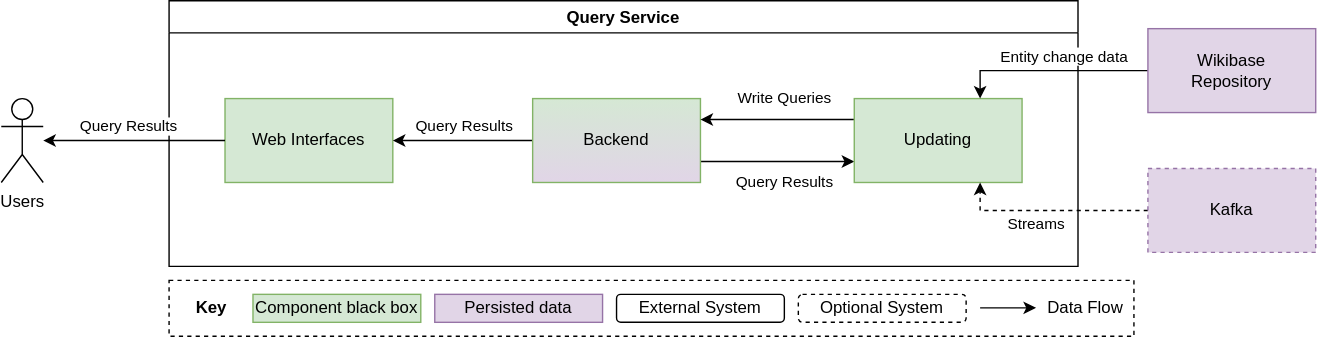
Before: systems/Query/diagrams/05-00-building-blocks.drawio.svg, a diagram exported from draw.io (wmde/wikidata-wikibase-architecture). Source tidied: cells renumbered, new cells last; positions are measured from the earlier drawing's top-left corner, leaving out a move shared by most shapes.
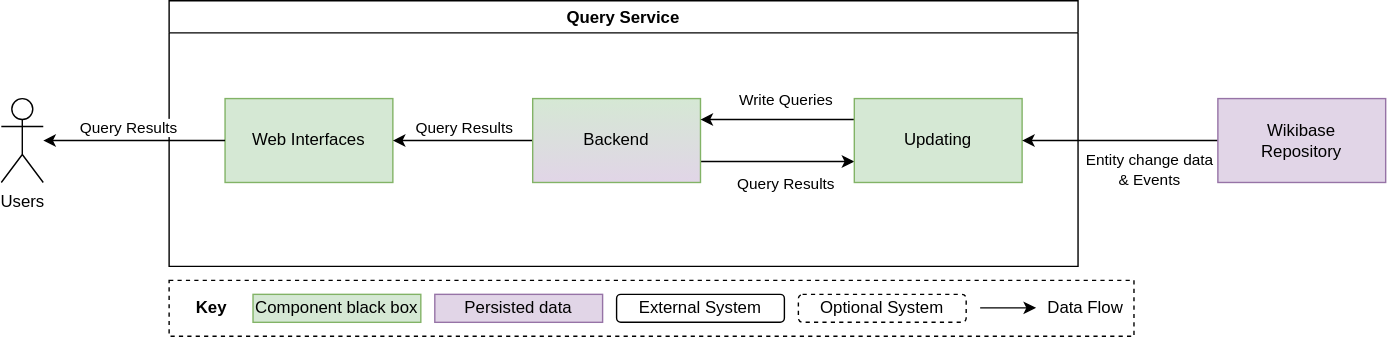
After the commit.

Change to the diagram source:
```diff
@@ -38,31 +38,20 @@
     <mxCell id="11" value="Updating" style="rounded=0;whiteSpace=wrap;html=1;fillColor=#d5e8d4;strokeColor=#82b366;" parent="2" vertex="1">
       <mxGeometry x="490" y="70" width="120" height="60" as="geometry" />
     </mxCell>
-    <mxCell id="12" style="edgeStyle=orthogonalEdgeStyle;rounded=0;jettySize=auto;html=1;entryX=0.75;entryY=0;entryDx=0;entryDy=0;startArrow=none;startFill=0;" parent="1" edge="1" source="14" target="11">
+    <mxCell id="12" style="edgeStyle=orthogonalEdgeStyle;rounded=0;jettySize=auto;html=1;entryX=1;entryY=0.5;entryDx=0;entryDy=0;startArrow=none;startFill=0;" parent="1" edge="1" source="14" target="11">
       <mxGeometry relative="1" as="geometry" />
     </mxCell>
-    <mxCell id="13" value="Entity change data" style="edgeLabel;html=1;align=center;verticalAlign=middle;" parent="12" vertex="1">
+    <mxCell id="13" value="Entity change data&lt;br&gt;&amp;amp; Events" style="edgeLabel;html=1;align=center;verticalAlign=middle;" parent="12" vertex="1">
       <mxGeometry x="0.34" y="-2" relative="1" as="geometry">
-        <mxPoint x="33" y="-8" as="offset" />
+        <mxPoint x="44" y="22" as="offset" />
       </mxGeometry>
     </mxCell>
     <mxCell id="14" value="Wikibase&lt;br&gt;Repository" style="rounded=0;whiteSpace=wrap;html=1;fillColor=#e1d5e7;strokeColor=#9673a6;" parent="1" vertex="1">
-      <mxGeometry x="820" y="20" width="120" height="60" as="geometry" />
+      <mxGeometry x="870" y="70" width="120" height="60" as="geometry" />
     </mxCell>
     <mxCell id="15" value="Users" style="shape=umlActor;verticalLabelPosition=bottom;verticalAlign=top;html=1;outlineConnect=0;" parent="1" vertex="1">
       <mxGeometry y="70" width="30" height="60" as="geometry" />
     </mxCell>
-    <mxCell id="16" style="edgeStyle=orthogonalEdgeStyle;rounded=0;jettySize=auto;html=1;entryX=0.75;entryY=1;entryDx=0;entryDy=0;startArrow=none;startFill=0;dashed=1;" parent="1" edge="1" source="18" target="11">
-      <mxGeometry relative="1" as="geometry" />
-    </mxCell>
-    <mxCell id="17" value="Streams" style="edgeLabel;html=1;align=center;verticalAlign=middle;" parent="16" vertex="1">
-      <mxGeometry x="0.19" y="2" relative="1" as="geometry">
-        <mxPoint x="3" y="8" as="offset" />
-      </mxGeometry>
-    </mxCell>
-    <mxCell id="18" value="Kafka" style="rounded=0;whiteSpace=wrap;html=1;dashed=1;fillColor=#e1d5e7;strokeColor=#9673a6;" parent="1" vertex="1">
-      <mxGeometry x="820" y="120" width="120" height="60" as="geometry" />
-    </mxCell>
     <mxCell id="19" style="rounded=0;whiteSpace=wrap;html=1;fillColor=none;dashed=1;" parent="1" vertex="1">
       <mxGeometry x="120" y="200" width="690" height="40" as="geometry" />
     </mxCell>
```
